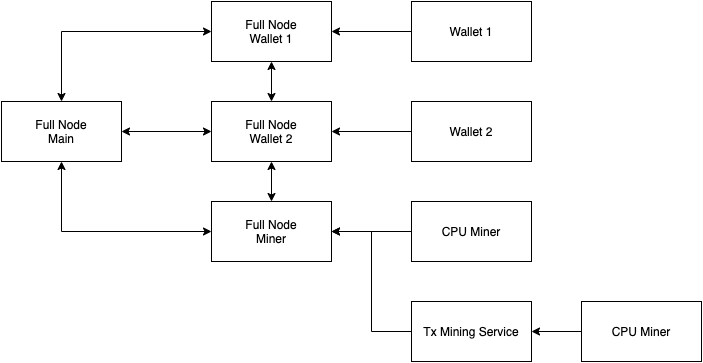
Before: text/0033-images/private-network-architecture.png, a diagram exported from draw.io (HathorNetwork/rfcs). Source tidied: cells renumbered, new cells last; positions are measured from the earlier drawing's top-left corner, leaving out a move shared by most shapes.
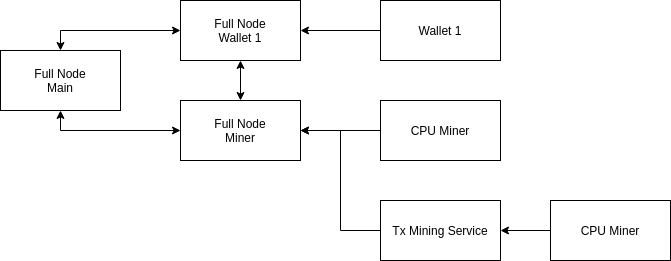
Above is the later version.

Commit message:
docs: private testnet guide v2 (#37)

Change to the diagram source:
```diff
@@ -1,28 +1,19 @@
-<mxGraphModel>
+<mxGraphModel background="#FFFFFF">
   <root>
     <mxCell id="0" />
     <mxCell id="1" parent="0" />
     <mxCell id="2" value="Full Node&lt;br&gt;Main" style="rounded=0;whiteSpace=wrap;html=1;" parent="1" vertex="1">
-      <mxGeometry y="100" width="120" height="60" as="geometry" />
+      <mxGeometry x="30" y="150" width="120" height="60" as="geometry" />
     </mxCell>
     <mxCell id="3" style="edgeStyle=orthogonalEdgeStyle;rounded=0;jettySize=auto;html=1;entryX=0.5;entryY=0;entryDx=0;entryDy=0;startArrow=classic;startFill=1;" parent="1" edge="1" source="4" target="2">
       <mxGeometry relative="1" as="geometry" />
     </mxCell>
     <mxCell id="4" value="Full Node&lt;br&gt;Wallet 1" style="rounded=0;whiteSpace=wrap;html=1;" parent="1" vertex="1">
-      <mxGeometry x="210" width="120" height="60" as="geometry" />
+      <mxGeometry x="210" y="100" width="120" height="60" as="geometry" />
     </mxCell>
-    <mxCell id="5" style="edgeStyle=orthogonalEdgeStyle;rounded=0;jettySize=auto;html=1;startArrow=classic;startFill=1;" parent="1" edge="1" source="8" target="4">
-      <mxGeometry relative="1" as="geometry" />
-    </mxCell>
-    <mxCell id="6" style="edgeStyle=orthogonalEdgeStyle;rounded=0;jettySize=auto;html=1;startArrow=classic;startFill=1;" parent="1" edge="1" source="8" target="2">
-      <mxGeometry relative="1" as="geometry" />
-    </mxCell>
-    <mxCell id="7" style="edgeStyle=orthogonalEdgeStyle;rounded=0;jettySize=auto;html=1;startArrow=classic;startFill=1;" parent="1" edge="1" source="8" target="14">
+    <mxCell id="7" style="edgeStyle=orthogonalEdgeStyle;rounded=0;jettySize=auto;html=1;startArrow=classic;startFill=1;exitX=0.5;exitY=1;exitDx=0;exitDy=0;" parent="1" edge="1" source="4" target="14">
       <mxGeometry relative="1" as="geometry" />
     </mxCell>
-    <mxCell id="8" value="Full Node&lt;br&gt;Wallet 2" style="rounded=0;whiteSpace=wrap;html=1;" parent="1" vertex="1">
-      <mxGeometry x="210" y="100" width="120" height="60" as="geometry" />
-    </mxCell>
     <mxCell id="9" style="edgeStyle=orthogonalEdgeStyle;rounded=0;jettySize=auto;html=1;entryX=1;entryY=0.5;entryDx=0;entryDy=0;startArrow=none;startFill=0;" parent="1" edge="1" source="10" target="14">
       <mxGeometry relative="1" as="geometry" />
     </mxCell>
@@ -51,13 +42,7 @@
       <mxGeometry relative="1" as="geometry" />
     </mxCell>
     <mxCell id="18" value="Wallet 1" style="rounded=0;whiteSpace=wrap;html=1;" parent="1" vertex="1">
-      <mxGeometry x="410" width="120" height="60" as="geometry" />
+      <mxGeometry x="410" y="100" width="120" height="60" as="geometry" />
     </mxCell>
-    <mxCell id="19" style="edgeStyle=orthogonalEdgeStyle;rounded=0;jettySize=auto;html=1;" parent="1" edge="1" source="20" target="8">
-      <mxGeometry relative="1" as="geometry" />
-    </mxCell>
-    <mxCell id="20" value="Wallet 2" style="rounded=0;whiteSpace=wrap;html=1;" parent="1" vertex="1">
-      <mxGeometry x="410" y="100" width="120" height="60" as="geometry" />
-    </mxCell>
   </root>
 </mxGraphModel>
```
